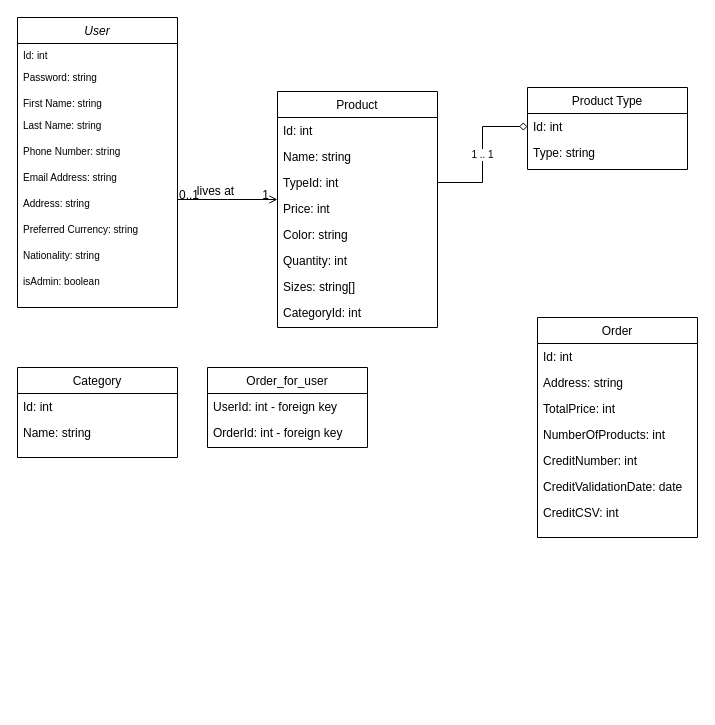
Earlier version of the draw.io diagram docs/ClassDiagram.drawio (kokolight/EuroleagueAnalysis). Source tidied: cells renumbered, new cells numbered last; positions are measured from the earlier drawing's top-left corner, leaving out a move shared by most shapes. Both pictures are drawn from the tidied source at 100%, with x=0, y=0 at pixel (17, 17).
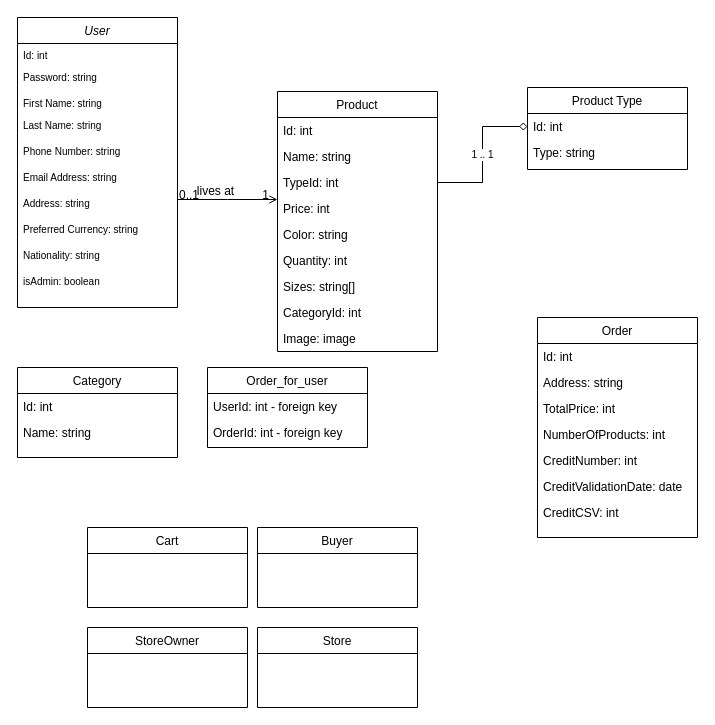
The same diagram, later.

The edit, as a diff of the source:
```diff
@@
     <mxCell id="21" value="Product" style="swimlane;fontStyle=0;align=center;verticalAlign=top;horizontal=1;startSize=26;rounded=0;shadow=0;strokeWidth=1;" parent="1" vertex="1">
-      <mxGeometry x="260" y="74" width="160" height="236" as="geometry" />
+      <mxGeometry x="260" y="74" width="160" height="260" as="geometry" />
     </mxCell>
@@
+    <mxCell id="44" value="Image: image" style="text;align=left;verticalAlign=top;spacingLeft=4;spacingRight=4;overflow=hidden;rounded=0;shadow=0;html=0;" parent="21" vertex="1">
+      <mxGeometry y="234" width="160" height="26" as="geometry" />
+    </mxCell>
@@
+    <mxCell id="45" value="Cart" style="swimlane;fontStyle=0;align=center;verticalAlign=top;horizontal=1;startSize=26;rounded=0;shadow=0;strokeWidth=1;" parent="1" vertex="1">
+      <mxGeometry x="70" y="510" width="160" height="80" as="geometry" />
+    </mxCell>
+    <mxCell id="46" value="Buyer" style="swimlane;fontStyle=0;align=center;verticalAlign=top;horizontal=1;startSize=26;rounded=0;shadow=0;strokeWidth=1;" parent="1" vertex="1">
+      <mxGeometry x="240" y="510" width="160" height="80" as="geometry" />
+    </mxCell>
+    <mxCell id="47" value="StoreOwner" style="swimlane;fontStyle=0;align=center;verticalAlign=top;horizontal=1;startSize=26;rounded=0;shadow=0;strokeWidth=1;" parent="1" vertex="1">
+      <mxGeometry x="70" y="610" width="160" height="80" as="geometry" />
+    </mxCell>
+    <mxCell id="48" value="Store" style="swimlane;fontStyle=0;align=center;verticalAlign=top;horizontal=1;startSize=26;rounded=0;shadow=0;strokeWidth=1;" parent="1" vertex="1">
+      <mxGeometry x="240" y="610" width="160" height="80" as="geometry" />
+    </mxCell>
```
